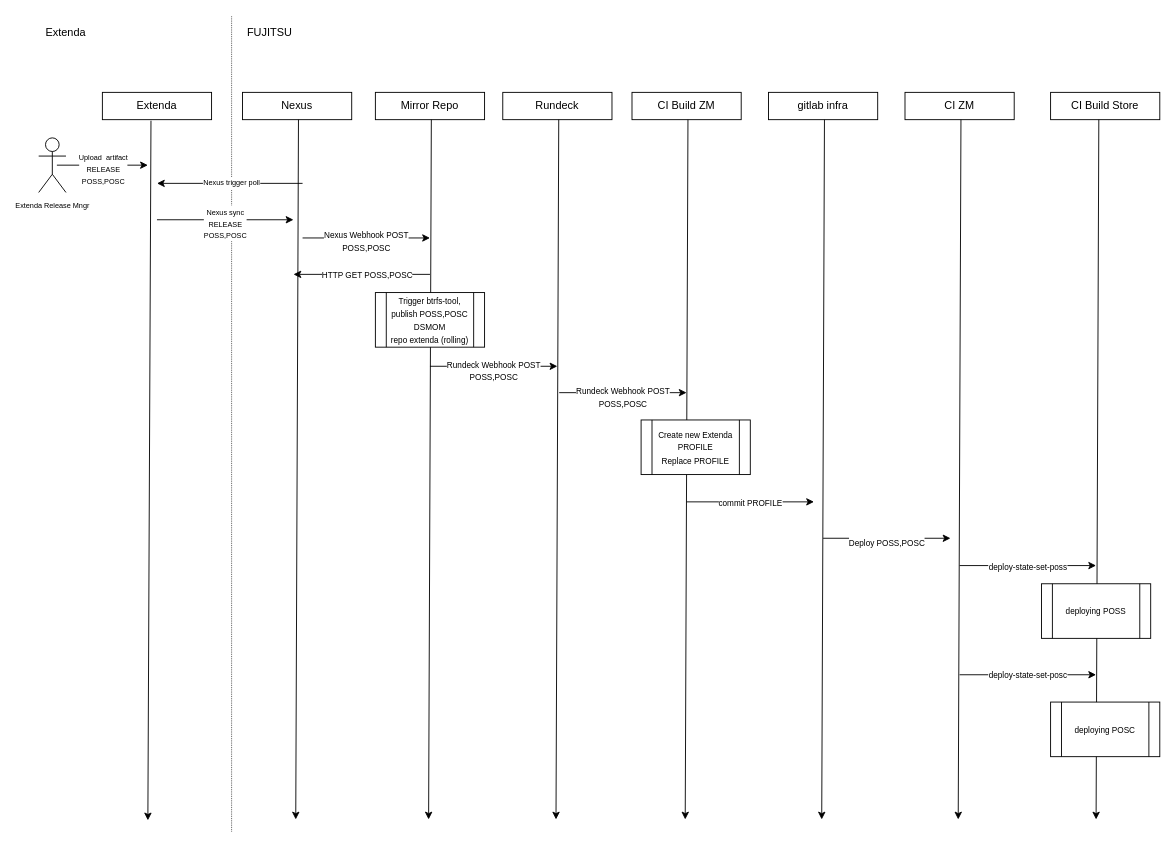
oskarahner/oskarahner keeps this draw.io diagram as Untitled Diagram.drawio. Above is the earlier version. Source tidied: cells renumbered, new cells numbered last; positions are measured from the earlier drawing's top-left corner, leaving out a move shared by most shapes. Both pictures are drawn from the tidied source at 91%, with x=0, y=0 at pixel (38, 15).
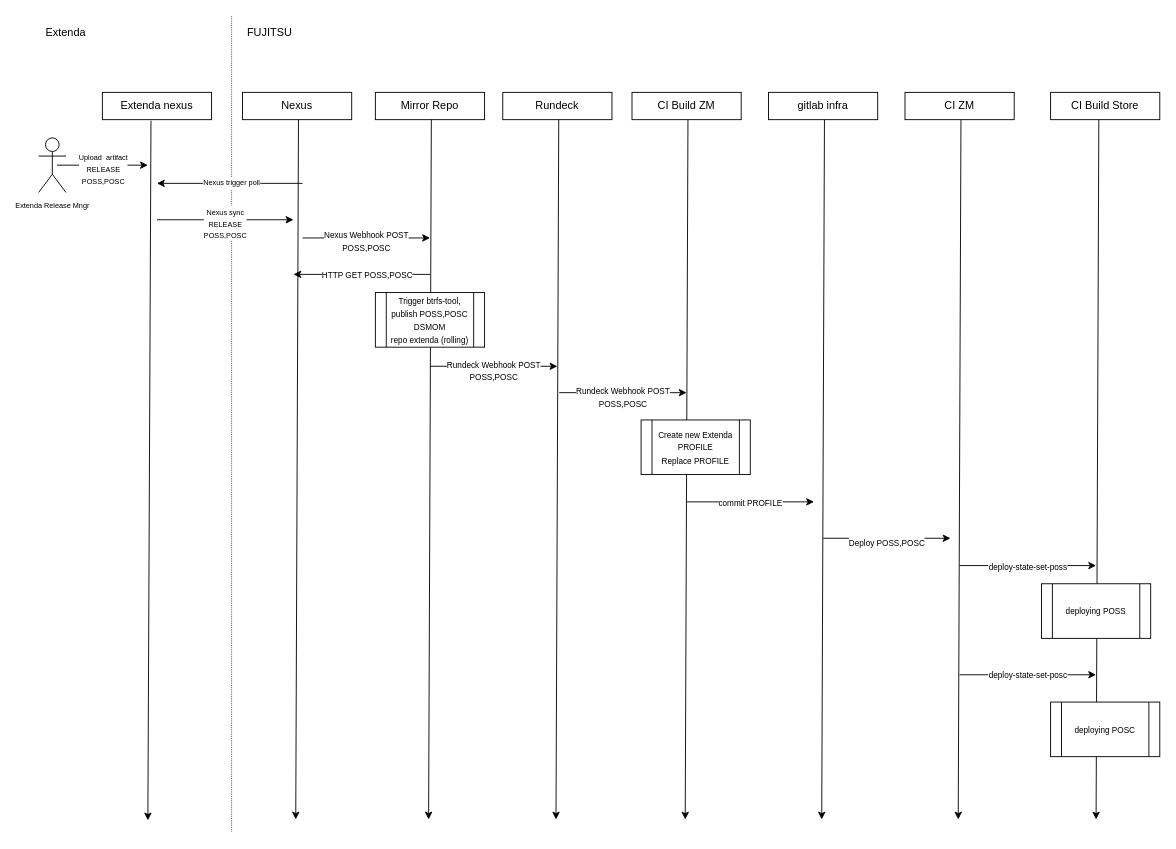
Above is the later version.

Diff of the diagram source:
```diff
@@
-    <mxCell id="2" value="Extenda" style="rounded=0;whiteSpace=wrap;html=1;" parent="1" vertex="1">
+    <mxCell id="2" value="Extenda nexus" style="rounded=0;whiteSpace=wrap;html=1;" parent="1" vertex="1">
       <mxGeometry x="70" y="84" width="120" height="30" as="geometry" />
     </mxCell>
```
